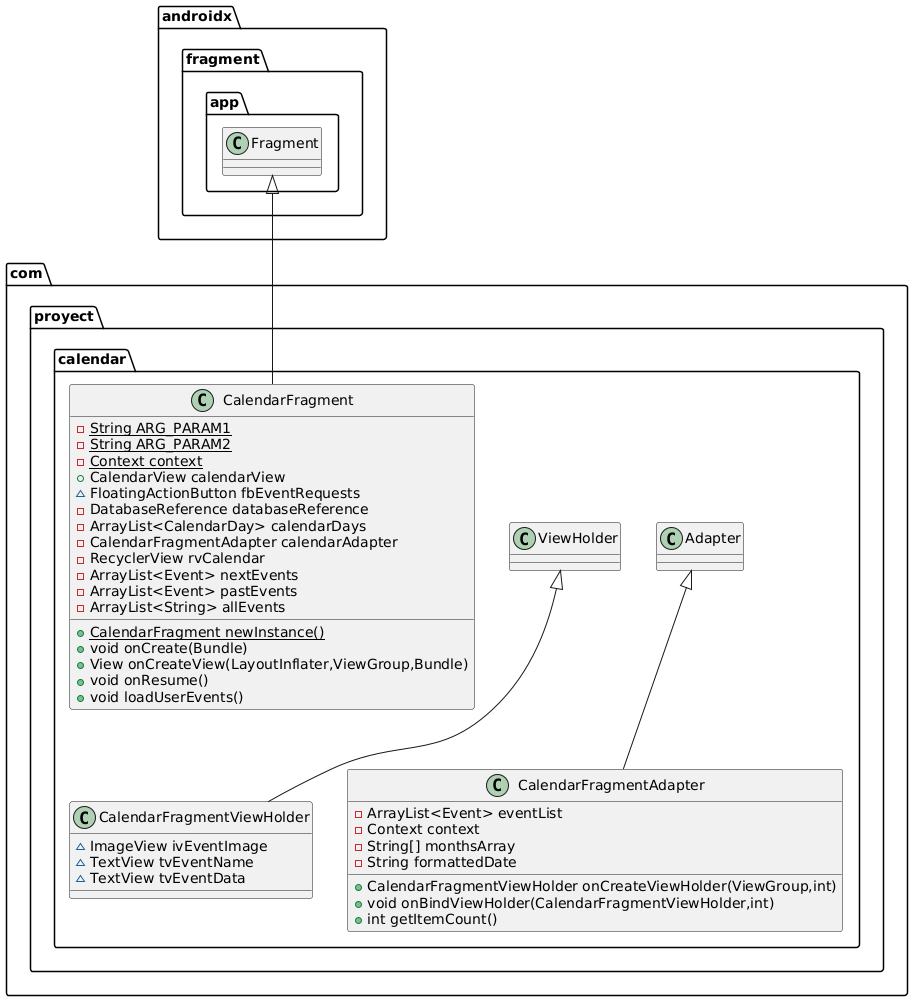
Earlier version of the PlantUML export DOCUMENTOS/Diagramas y esquemas/calendarUML.png (Diroween/Eventia). Source of this version:
```plantuml
@startuml
class com.proyect.calendar.CalendarFragmentViewHolder {
~ ImageView ivEventImage
~ TextView tvEventName
~ TextView tvEventData
}

class com.proyect.calendar.CalendarFragmentAdapter {
- ArrayList<Event> eventList
- Context context
- String[] monthsArray
- String formattedDate
+ CalendarFragmentViewHolder onCreateViewHolder(ViewGroup,int)
+ void onBindViewHolder(CalendarFragmentViewHolder,int)
+ int getItemCount()
}


class com.proyect.calendar.CalendarFragment {
- {static} String ARG_PARAM1
- {static} String ARG_PARAM2
- {static} Context context
+ CalendarView calendarView
~ FloatingActionButton fbEventRequests
- DatabaseReference databaseReference
- ArrayList<CalendarDay> calendarDays
- CalendarFragmentAdapter calendarAdapter
- RecyclerView rvCalendar
- ArrayList<Event> nextEvents
- ArrayList<Event> pastEvents
- ArrayList<String> allEvents
+ {static} CalendarFragment newInstance()
+ void onCreate(Bundle)
+ View onCreateView(LayoutInflater,ViewGroup,Bundle)
+ void onResume()
+ void loadUserEvents()
}




com.proyect.calendar.ViewHolder <|-- com.proyect.calendar.CalendarFragmentViewHolder
com.proyect.calendar.Adapter <|-- com.proyect.calendar.CalendarFragmentAdapter
androidx.fragment.app.Fragment <|-- com.proyect.calendar.CalendarFragment
@enduml
```
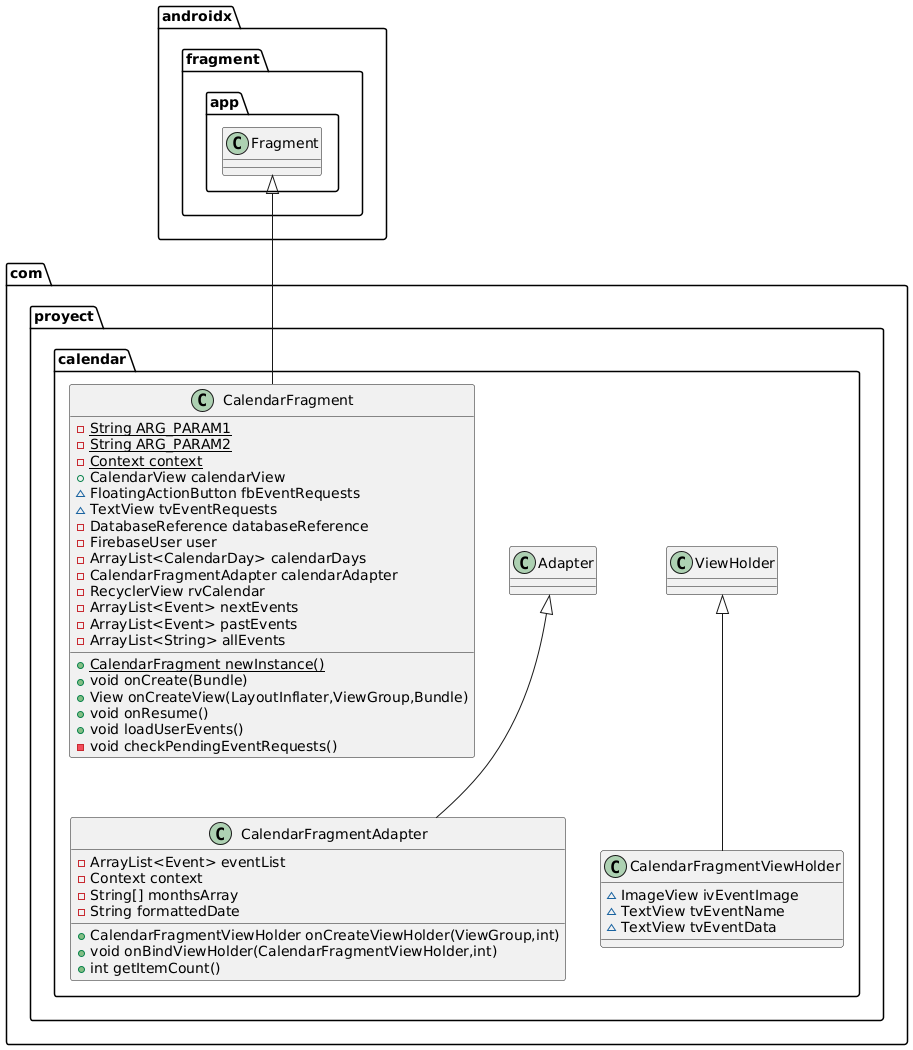
The same diagram one commit later.

Change to the diagram source:
```diff
@@ -1,10 +1,4 @@
 @startuml
-class com.proyect.calendar.CalendarFragmentViewHolder {
-~ ImageView ivEventImage
-~ TextView tvEventName
-~ TextView tvEventData
-}
-
 class com.proyect.calendar.CalendarFragmentAdapter {
 - ArrayList<Event> eventList
 - Context context
@@ -16,13 +10,21 @@
 }
 
 
+class com.proyect.calendar.CalendarFragmentViewHolder {
+~ ImageView ivEventImage
+~ TextView tvEventName
+~ TextView tvEventData
+}
+
 class com.proyect.calendar.CalendarFragment {
 - {static} String ARG_PARAM1
 - {static} String ARG_PARAM2
 - {static} Context context
 + CalendarView calendarView
 ~ FloatingActionButton fbEventRequests
+~ TextView tvEventRequests
 - DatabaseReference databaseReference
+- FirebaseUser user
 - ArrayList<CalendarDay> calendarDays
 - CalendarFragmentAdapter calendarAdapter
 - RecyclerView rvCalendar
@@ -34,12 +36,13 @@
 + View onCreateView(LayoutInflater,ViewGroup,Bundle)
 + void onResume()
 + void loadUserEvents()
+- void checkPendingEventRequests()
 }
 
 
 
 
+com.proyect.calendar.Adapter <|-- com.proyect.calendar.CalendarFragmentAdapter
 com.proyect.calendar.ViewHolder <|-- com.proyect.calendar.CalendarFragmentViewHolder
-com.proyect.calendar.Adapter <|-- com.proyect.calendar.CalendarFragmentAdapter
 androidx.fragment.app.Fragment <|-- com.proyect.calendar.CalendarFragment
 @enduml
```
